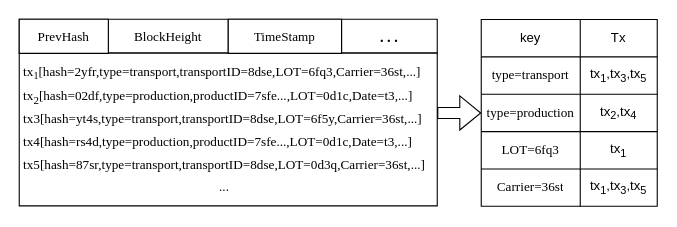
Earlier version of the draw.io diagram page "第 9 页" (14 of 14) of 论文.drawio (jue73/7339). Source tidied: cells renumbered, new cells numbered last; positions are measured from the earlier drawing's top-left corner, leaving out a move shared by most shapes. Both pictures are drawn from the tidied source at 110%, with x=0, y=0 at pixel (19, 19).
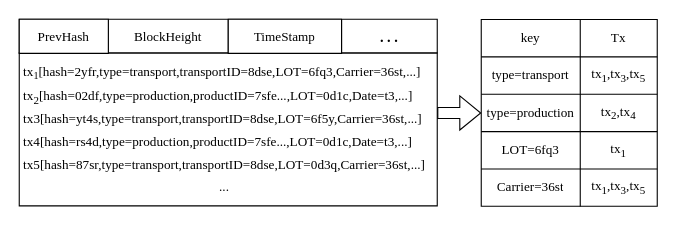
After the change.

Unchanged cells that the change refers to:
```xml
<mxCell id="13" style="shape=tableRow;horizontal=0;startSize=0;swimlaneHead=0;swimlaneBody=0;strokeColor=inherit;top=0;left=0;bottom=0;right=0;fillColor=none;" parent="12" vertex="1">
  <mxGeometry width="160" height="34" as="geometry" />
</mxCell>
<mxCell id="16" style="shape=tableRow;horizontal=0;startSize=0;swimlaneHead=0;swimlaneBody=0;strokeColor=inherit;top=0;left=0;bottom=0;right=0;fillColor=none;" parent="12" vertex="1">
  <mxGeometry y="34" width="160" height="34" as="geometry" />
</mxCell>
<mxCell id="19" style="shape=tableRow;horizontal=0;startSize=0;swimlaneHead=0;swimlaneBody=0;strokeColor=inherit;top=0;left=0;bottom=0;right=0;fillColor=none;points=[[0,0.5],[1,0.5]];portConstraint=eastwest;" parent="12" vertex="1">
  <mxGeometry y="68" width="160" height="34" as="geometry" />
</mxCell>
<mxCell id="22" style="shape=tableRow;horizontal=0;startSize=0;swimlaneHead=0;swimlaneBody=0;strokeColor=inherit;top=0;left=0;bottom=0;right=0;fillColor=none;" parent="12" vertex="1">
  <mxGeometry y="102" width="160" height="34" as="geometry" />
</mxCell>
<mxCell id="25" style="shape=tableRow;horizontal=0;startSize=0;swimlaneHead=0;swimlaneBody=0;strokeColor=inherit;top=0;left=0;bottom=0;right=0;fillColor=none;" parent="12" vertex="1">
  <mxGeometry y="136" width="160" height="34" as="geometry" />
</mxCell>
```

Diff of the diagram source:
```diff
@@
-    <mxCell id="14" value="key" style="shape=partialRectangle;html=1;whiteSpace=wrap;strokeColor=inherit;overflow=hidden;fillColor=none;top=0;left=0;bottom=0;right=0;" parent="13" vertex="1">
+    <mxCell id="14" value="&lt;font face=&quot;Times New Roman&quot;&gt;key&lt;/font&gt;" style="shape=partialRectangle;html=1;whiteSpace=wrap;strokeColor=inherit;overflow=hidden;fillColor=none;top=0;left=0;bottom=0;right=0;" parent="13" vertex="1">
       <mxGeometry width="90" height="34" as="geometry" />
     </mxCell>
-    <mxCell id="15" value="Tx" style="shape=partialRectangle;html=1;whiteSpace=wrap;strokeColor=inherit;overflow=hidden;fillColor=none;top=0;left=0;bottom=0;right=0;" parent="13" vertex="1">
+    <mxCell id="15" value="&lt;font face=&quot;Times New Roman&quot;&gt;Tx&lt;/font&gt;" style="shape=partialRectangle;html=1;whiteSpace=wrap;strokeColor=inherit;overflow=hidden;fillColor=none;top=0;left=0;bottom=0;right=0;" parent="13" vertex="1">
       <mxGeometry x="90" width="70" height="34" as="geometry" />
     </mxCell>
@@
-    <mxCell id="18" value="tx&lt;sub&gt;1&lt;/sub&gt;,tx&lt;sub&gt;3&lt;/sub&gt;,tx&lt;sub&gt;5&lt;/sub&gt;" style="shape=partialRectangle;html=1;whiteSpace=wrap;strokeColor=inherit;overflow=hidden;fillColor=none;top=0;left=0;bottom=0;right=0;" parent="16" vertex="1">
+    <mxCell id="18" value="&lt;font face=&quot;Times New Roman&quot;&gt;tx&lt;sub&gt;1&lt;/sub&gt;,tx&lt;sub&gt;3&lt;/sub&gt;,tx&lt;sub&gt;5&lt;/sub&gt;&lt;/font&gt;" style="shape=partialRectangle;html=1;whiteSpace=wrap;strokeColor=inherit;overflow=hidden;fillColor=none;top=0;left=0;bottom=0;right=0;" parent="16" vertex="1">
       <mxGeometry x="90" width="70" height="34" as="geometry" />
     </mxCell>
@@
-    <mxCell id="20" value="&lt;span style=&quot;font-family: &amp;quot;Times New Roman&amp;quot;; text-align: left;&quot;&gt;type=production&lt;/span&gt;" style="shape=partialRectangle;html=1;whiteSpace=wrap;strokeColor=inherit;overflow=hidden;fillColor=none;top=0;left=0;bottom=0;right=0;" parent="19" vertex="1">
+    <mxCell id="20" value="&lt;span style=&quot;text-align: left;&quot;&gt;&lt;font face=&quot;Times New Roman&quot;&gt;type=production&lt;/font&gt;&lt;/span&gt;" style="shape=partialRectangle;html=1;whiteSpace=wrap;strokeColor=inherit;overflow=hidden;fillColor=none;top=0;left=0;bottom=0;right=0;" parent="19" vertex="1">
       <mxGeometry width="90" height="34" as="geometry" />
     </mxCell>
-    <mxCell id="21" value="tx&lt;sub&gt;2&lt;/sub&gt;,tx&lt;sub&gt;4&lt;/sub&gt;" style="shape=partialRectangle;html=1;whiteSpace=wrap;strokeColor=inherit;overflow=hidden;fillColor=none;top=0;left=0;bottom=0;right=0;" parent="19" vertex="1">
+    <mxCell id="21" value="&lt;font face=&quot;Times New Roman&quot;&gt;tx&lt;sub&gt;2&lt;/sub&gt;,tx&lt;sub&gt;4&lt;/sub&gt;&lt;/font&gt;" style="shape=partialRectangle;html=1;whiteSpace=wrap;strokeColor=inherit;overflow=hidden;fillColor=none;top=0;left=0;bottom=0;right=0;" parent="19" vertex="1">
       <mxGeometry x="90" width="70" height="34" as="geometry" />
     </mxCell>
@@
-    <mxCell id="24" value="tx&lt;sub&gt;1&lt;/sub&gt;" style="shape=partialRectangle;html=1;whiteSpace=wrap;strokeColor=inherit;overflow=hidden;fillColor=none;top=0;left=0;bottom=0;right=0;" parent="22" vertex="1">
+    <mxCell id="24" value="&lt;font face=&quot;Times New Roman&quot;&gt;tx&lt;sub&gt;1&lt;/sub&gt;&lt;/font&gt;" style="shape=partialRectangle;html=1;whiteSpace=wrap;strokeColor=inherit;overflow=hidden;fillColor=none;top=0;left=0;bottom=0;right=0;" parent="22" vertex="1">
       <mxGeometry x="90" width="70" height="34" as="geometry" />
     </mxCell>
@@
-    <mxCell id="26" value="&lt;span style=&quot;forced-color-adjust: none; color: rgb(0, 0, 0); font-size: 12px; font-style: normal; font-variant-ligatures: normal; font-variant-caps: normal; font-weight: 400; letter-spacing: normal; orphans: 2; text-indent: 0px; text-transform: none; widows: 2; word-spacing: 0px; -webkit-text-stroke-width: 0px; white-space: normal; background-color: initial; text-decoration-thickness: initial; text-decoration-style: initial; text-decoration-color: initial; font-family: &amp;quot;Times New Roman&amp;quot;; text-align: left;&quot;&gt;Carrier=&lt;/span&gt;&lt;span style=&quot;forced-color-adjust: none; color: rgb(0, 0, 0); font-size: 12px; font-style: normal; font-variant-ligatures: normal; font-variant-caps: normal; font-weight: 400; letter-spacing: normal; orphans: 2; text-indent: 0px; text-transform: none; widows: 2; word-spacing: 0px; -webkit-text-stroke-width: 0px; white-space: normal; background-color: initial; text-decoration-thickness: initial; text-decoration-style: initial; text-decoration-color: initial; font-family: &amp;quot;Times New Roman&amp;quot;; text-align: left;&quot;&gt;36st&lt;/span&gt;" style="shape=partialRectangle;html=1;whiteSpace=wrap;strokeColor=inherit;overflow=hidden;fillColor=none;top=0;left=0;bottom=0;right=0;" parent="25" vertex="1">
+    <mxCell id="26" value="&lt;font face=&quot;Times New Roman&quot;&gt;&lt;span style=&quot;forced-color-adjust: none; color: rgb(0, 0, 0); font-size: 12px; font-style: normal; font-variant-ligatures: normal; font-variant-caps: normal; font-weight: 400; letter-spacing: normal; orphans: 2; text-indent: 0px; text-transform: none; widows: 2; word-spacing: 0px; -webkit-text-stroke-width: 0px; white-space: normal; background-color: initial; text-decoration-thickness: initial; text-decoration-style: initial; text-decoration-color: initial; text-align: left;&quot;&gt;Carrier=&lt;/span&gt;&lt;span style=&quot;forced-color-adjust: none; color: rgb(0, 0, 0); font-size: 12px; font-style: normal; font-variant-ligatures: normal; font-variant-caps: normal; font-weight: 400; letter-spacing: normal; orphans: 2; text-indent: 0px; text-transform: none; widows: 2; word-spacing: 0px; -webkit-text-stroke-width: 0px; white-space: normal; background-color: initial; text-decoration-thickness: initial; text-decoration-style: initial; text-decoration-color: initial; text-align: left;&quot;&gt;36st&lt;/span&gt;&lt;/font&gt;" style="shape=partialRectangle;html=1;whiteSpace=wrap;strokeColor=inherit;overflow=hidden;fillColor=none;top=0;left=0;bottom=0;right=0;" parent="25" vertex="1">
       <mxGeometry width="90" height="34" as="geometry" />
     </mxCell>
-    <mxCell id="27" value="tx&lt;sub&gt;1&lt;/sub&gt;,tx&lt;sub&gt;3&lt;/sub&gt;,tx&lt;sub&gt;5&lt;/sub&gt;" style="shape=partialRectangle;html=1;whiteSpace=wrap;strokeColor=inherit;overflow=hidden;fillColor=none;top=0;left=0;bottom=0;right=0;" parent="25" vertex="1">
+    <mxCell id="27" value="&lt;font face=&quot;Times New Roman&quot;&gt;tx&lt;sub&gt;1&lt;/sub&gt;,tx&lt;sub&gt;3&lt;/sub&gt;,tx&lt;sub&gt;5&lt;/sub&gt;&lt;/font&gt;" style="shape=partialRectangle;html=1;whiteSpace=wrap;strokeColor=inherit;overflow=hidden;fillColor=none;top=0;left=0;bottom=0;right=0;" parent="25" vertex="1">
       <mxGeometry x="90" width="70" height="34" as="geometry" />
     </mxCell>
```
